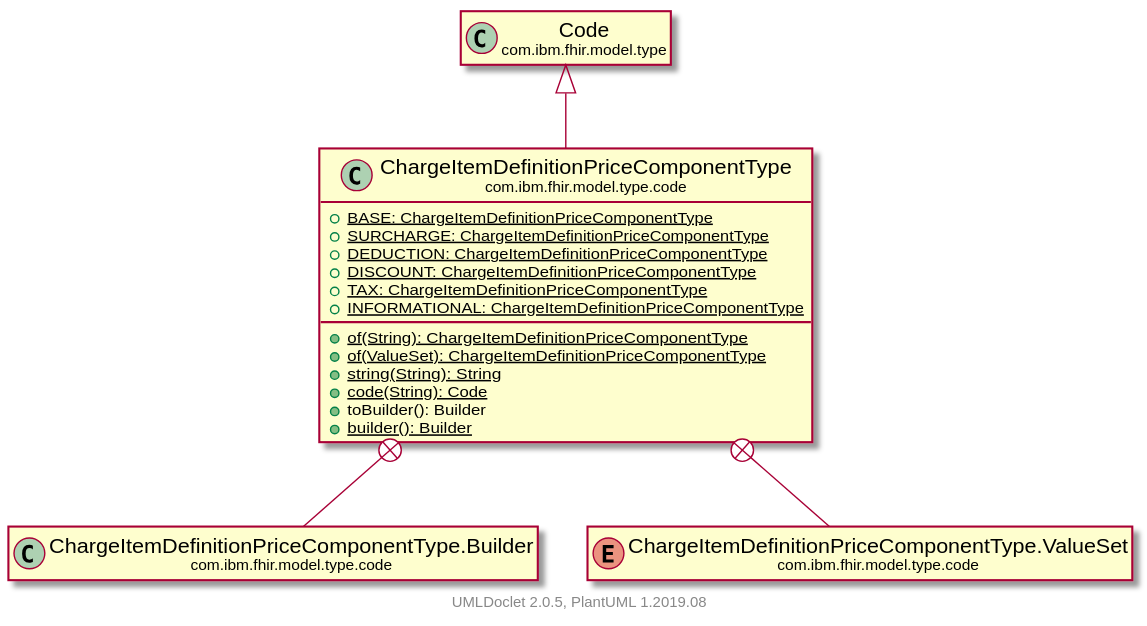
Earlier version of the PlantUML export javadocs/latest/com/ibm/fhir/model/type/code/ChargeItemDefinitionPriceComponentType.svg (tumblewind/FHIR). Its diagram source:
```plantuml
@startuml
    set namespaceSeparator none
    hide empty fields
    hide empty methods

    class "<size:14>ChargeItemDefinitionPriceComponentType\n<size:10>com.ibm.fhir.model.type.code" as com.ibm.fhir.model.type.code.ChargeItemDefinitionPriceComponentType [[ChargeItemDefinitionPriceComponentType.html]] {
        {static} +BASE: ChargeItemDefinitionPriceComponentType
        {static} +SURCHARGE: ChargeItemDefinitionPriceComponentType
        {static} +DEDUCTION: ChargeItemDefinitionPriceComponentType
        {static} +DISCOUNT: ChargeItemDefinitionPriceComponentType
        {static} +TAX: ChargeItemDefinitionPriceComponentType
        {static} +INFORMATIONAL: ChargeItemDefinitionPriceComponentType
        {static} +of(String): ChargeItemDefinitionPriceComponentType
        {static} +of(ValueSet): ChargeItemDefinitionPriceComponentType
        {static} +string(String): String
        {static} +code(String): Code
        +toBuilder(): Builder
        {static} +builder(): Builder
    }

    class "<size:14>Code\n<size:10>com.ibm.fhir.model.type" as com.ibm.fhir.model.type.Code [[../Code.html]]
    class "<size:14>ChargeItemDefinitionPriceComponentType.Builder\n<size:10>com.ibm.fhir.model.type.code" as com.ibm.fhir.model.type.code.ChargeItemDefinitionPriceComponentType.Builder [[ChargeItemDefinitionPriceComponentType.Builder.html]]
    enum "<size:14>ChargeItemDefinitionPriceComponentType.ValueSet\n<size:10>com.ibm.fhir.model.type.code" as com.ibm.fhir.model.type.code.ChargeItemDefinitionPriceComponentType.ValueSet [[ChargeItemDefinitionPriceComponentType.ValueSet.html]]

    com.ibm.fhir.model.type.Code <|-- com.ibm.fhir.model.type.code.ChargeItemDefinitionPriceComponentType
    com.ibm.fhir.model.type.code.ChargeItemDefinitionPriceComponentType +-- com.ibm.fhir.model.type.code.ChargeItemDefinitionPriceComponentType.Builder
    com.ibm.fhir.model.type.code.ChargeItemDefinitionPriceComponentType +-- com.ibm.fhir.model.type.code.ChargeItemDefinitionPriceComponentType.ValueSet

    center footer UMLDoclet 2.0.5, PlantUML 1.2019.08
@enduml
```
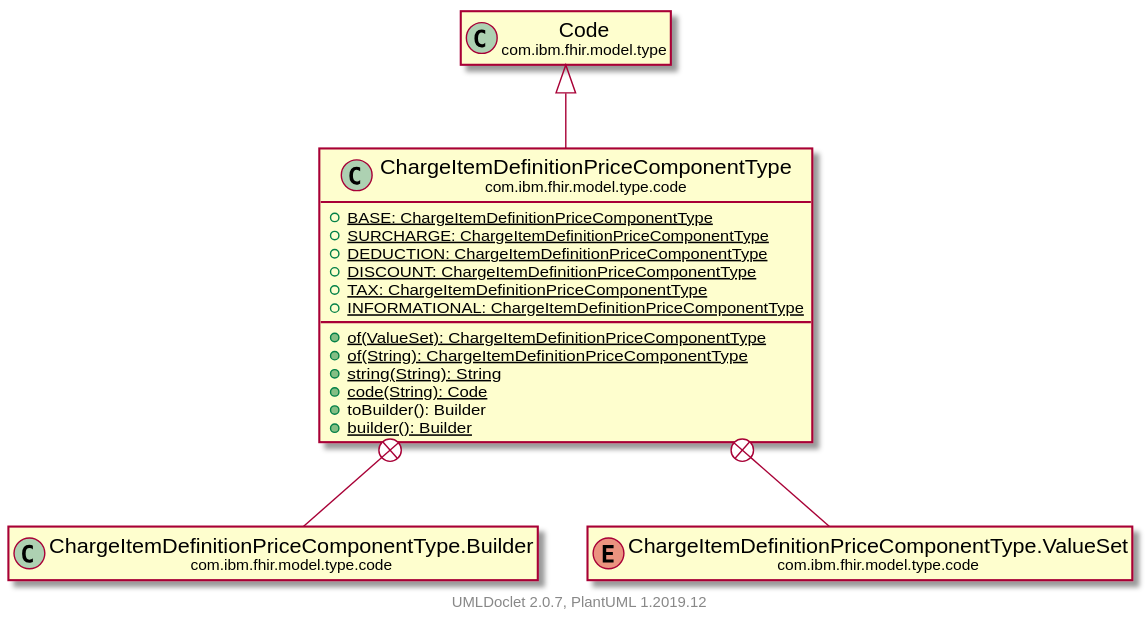
The same file after the commit.

Diff of the diagram source:
```diff
@@ -10,8 +10,8 @@
         {static} +DISCOUNT: ChargeItemDefinitionPriceComponentType
         {static} +TAX: ChargeItemDefinitionPriceComponentType
         {static} +INFORMATIONAL: ChargeItemDefinitionPriceComponentType
+        {static} +of(ValueSet): ChargeItemDefinitionPriceComponentType
         {static} +of(String): ChargeItemDefinitionPriceComponentType
-        {static} +of(ValueSet): ChargeItemDefinitionPriceComponentType
         {static} +string(String): String
         {static} +code(String): Code
         +toBuilder(): Builder
@@ -26,5 +26,5 @@
     com.ibm.fhir.model.type.code.ChargeItemDefinitionPriceComponentType +-- com.ibm.fhir.model.type.code.ChargeItemDefinitionPriceComponentType.Builder
     com.ibm.fhir.model.type.code.ChargeItemDefinitionPriceComponentType +-- com.ibm.fhir.model.type.code.ChargeItemDefinitionPriceComponentType.ValueSet
 
-    center footer UMLDoclet 2.0.5, PlantUML 1.2019.08
+    center footer UMLDoclet 2.0.7, PlantUML 1.2019.12
 @enduml
```
